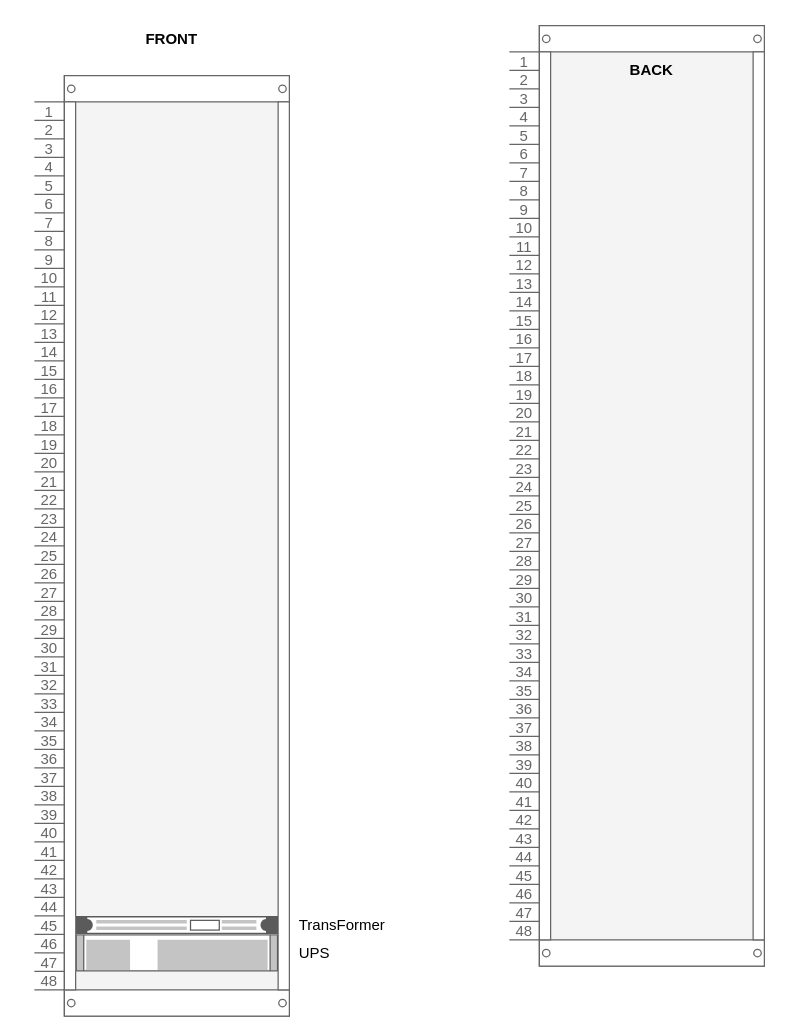
Above: Untitled Diagram.drawio in 13explorer/Network-Engineer-Portfolio (draw.io), before the change. Source tidied: cells renumbered, new cells numbered last; positions are measured from the earlier drawing's top-left corner, leaving out a move shared by most shapes. Both pictures are drawn from the tidied source at 125%, with x=0, y=0 at pixel (34, 20).
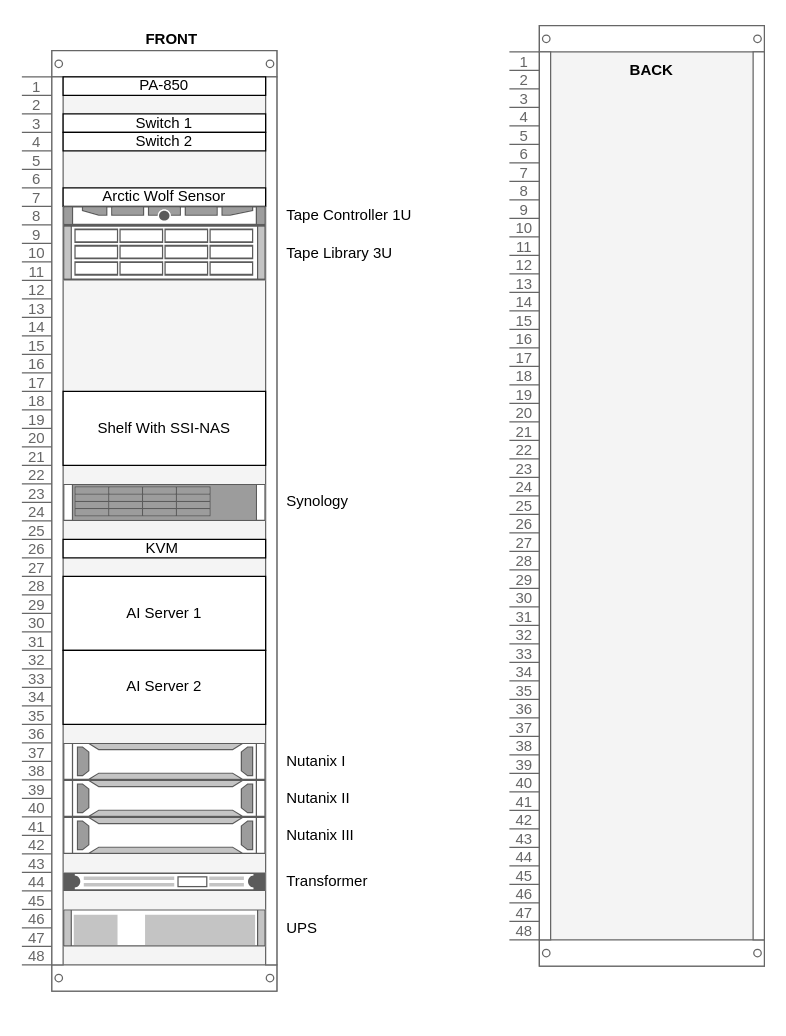
After the change.

Change to the diagram source:
```diff
@@
     <mxCell id="2" style="strokeColor=#666666;html=1;verticalLabelPosition=bottom;labelBackgroundColor=#ffffff;verticalAlign=top;shadow=0;dashed=0;shape=mxgraph.rackGeneral.rackCabinet3;rackUnitSize=14.8;fillColor2=#f4f4f4;allowGaps=1;textColor=#666666;numDisp=ascend;" parent="1" vertex="1">
-      <mxGeometry y="44" width="204" height="750" as="geometry" />
+      <mxGeometry x="-10" y="24" width="204" height="750" as="geometry" />
     </mxCell>
+    <mxCell id="8" value="PA-850" style="rounded=0;whiteSpace=wrap;html=1;" parent="2" vertex="1">
+      <mxGeometry x="33" y="21" width="162" height="14.8" as="geometry" />
+    </mxCell>
+    <mxCell id="9" value="Switch 1" style="rounded=0;whiteSpace=wrap;html=1;" parent="2" vertex="1">
+      <mxGeometry x="33" y="50.6" width="162" height="14.8" as="geometry" />
+    </mxCell>
+    <mxCell id="10" value="Switch 2" style="rounded=0;whiteSpace=wrap;html=1;" parent="2" vertex="1">
+      <mxGeometry x="33" y="65.4" width="162" height="14.8" as="geometry" />
+    </mxCell>
+    <mxCell id="11" value="Arctic Wolf Sensor" style="rounded=0;whiteSpace=wrap;html=1;" parent="2" vertex="1">
+      <mxGeometry x="33" y="109.8" width="162" height="14.8" as="geometry" />
+    </mxCell>
+    <mxCell id="12" value="Tape Controller 1U" style="strokeColor=#666666;html=1;labelPosition=right;align=left;spacingLeft=15;shadow=0;dashed=0;shape=mxgraph.rack.dell.dell_poweredge_1u;" parent="2" vertex="1">
+      <mxGeometry x="33" y="124.6" width="162" height="14.8" as="geometry" />
+    </mxCell>
+    <mxCell id="13" value="Tape Library 3U" style="shape=mxgraph.rack.ibm.ibm_x3630_m3;html=1;labelPosition=right;align=left;spacingLeft=15;dashed=0;shadow=0;fillColor=#ffffff;" parent="2" vertex="1">
+      <mxGeometry x="33" y="139.4" width="162" height="44.4" as="geometry" />
+    </mxCell>
+    <mxCell id="14" value="Shelf With SSI-NAS" style="rounded=0;whiteSpace=wrap;html=1;" parent="2" vertex="1">
+      <mxGeometry x="33" y="272.6" width="162" height="59.2" as="geometry" />
+    </mxCell>
+    <mxCell id="15" value="Synology" style="shape=mxgraph.rack.hp.hp_proliant_dl380p_g8;html=1;labelPosition=right;align=left;spacingLeft=15;dashed=0;shadow=0;fillColor=#ffffff;" parent="2" vertex="1">
+      <mxGeometry x="33" y="346.6" width="162" height="29.6" as="geometry" />
+    </mxCell>
+    <mxCell id="16" value="KVM&amp;nbsp;" style="rounded=0;whiteSpace=wrap;html=1;" parent="2" vertex="1">
+      <mxGeometry x="33" y="391" width="162" height="14.8" as="geometry" />
+    </mxCell>
+    <mxCell id="17" value="AI Server 1" style="rounded=0;whiteSpace=wrap;html=1;" parent="2" vertex="1">
+      <mxGeometry x="33" y="420.6" width="162" height="59.2" as="geometry" />
+    </mxCell>
+    <mxCell id="18" value="AI Server 2" style="rounded=0;whiteSpace=wrap;html=1;" parent="2" vertex="1">
+      <mxGeometry x="33" y="479.8" width="162" height="59.2" as="geometry" />
+    </mxCell>
+    <mxCell id="19" value="Nutanix I&lt;span style=&quot;white-space: pre;&quot;&gt;&#9;&lt;/span&gt;" style="shape=mxgraph.rack.hp.hp_proliant_dl385p_g8;html=1;labelPosition=right;align=left;spacingLeft=15;dashed=0;shadow=0;fillColor=#ffffff;" parent="2" vertex="1">
+      <mxGeometry x="33" y="553.8" width="162" height="29.6" as="geometry" />
+    </mxCell>
+    <mxCell id="20" value="Nutanix II" style="shape=mxgraph.rack.hp.hp_proliant_dl385p_g8;html=1;labelPosition=right;align=left;spacingLeft=15;dashed=0;shadow=0;fillColor=#ffffff;" parent="2" vertex="1">
+      <mxGeometry x="33" y="583.4" width="162" height="29.6" as="geometry" />
+    </mxCell>
+    <mxCell id="21" value="Nutanix III" style="shape=mxgraph.rack.hp.hp_proliant_dl385p_g8;html=1;labelPosition=right;align=left;spacingLeft=15;dashed=0;shadow=0;fillColor=#ffffff;" parent="2" vertex="1">
+      <mxGeometry x="33" y="613" width="162" height="29.6" as="geometry" />
+    </mxCell>
-    <mxCell id="3" value="TransFormer" style="shape=mxgraph.rack.apc.apc_smart_ups_750_va_1u;html=1;labelPosition=right;align=left;spacingLeft=15;dashed=0;shadow=0;fillColor=#ffffff;" parent="2" vertex="1">
-      <mxGeometry x="33" y="672.2" width="162" height="14.8" as="geometry" />
+    <mxCell id="3" value="&lt;div&gt;Transformer&lt;/div&gt;" style="shape=mxgraph.rack.apc.apc_smart_ups_750_va_1u;html=1;labelPosition=right;align=left;spacingLeft=15;dashed=0;shadow=0;fillColor=#ffffff;" parent="2" vertex="1">
+      <mxGeometry x="33" y="657.4" width="162" height="14.8" as="geometry" />
     </mxCell>
```
